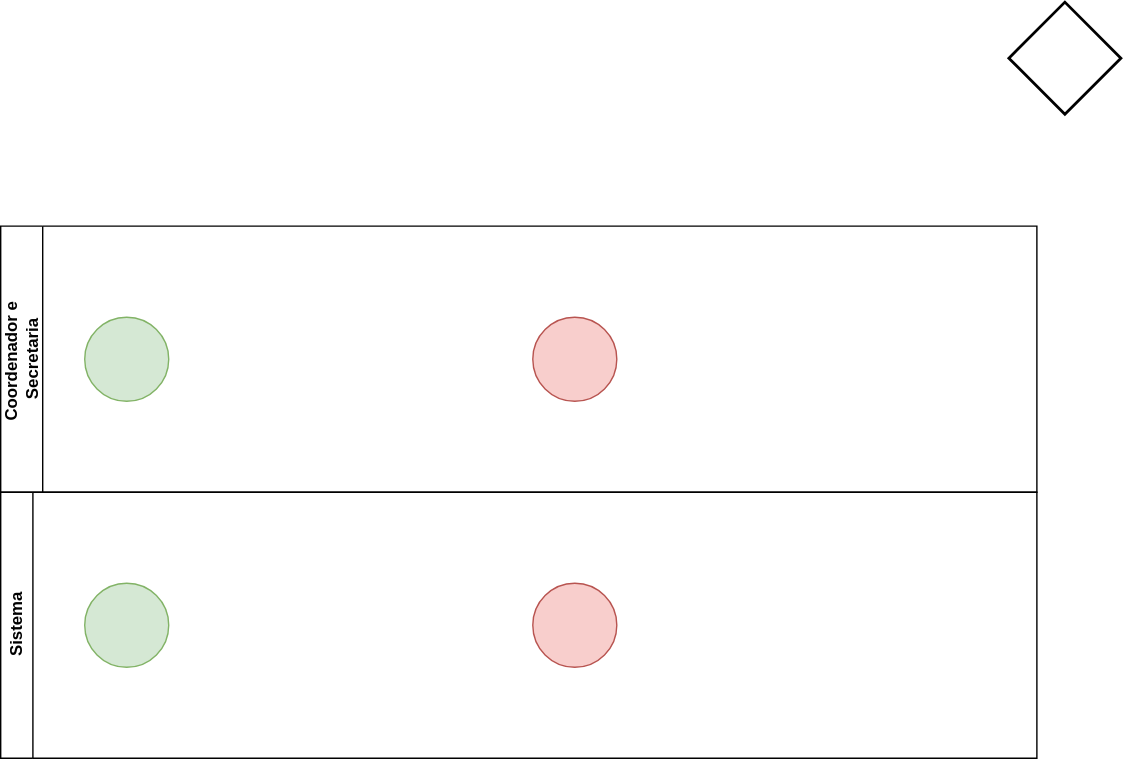
This is ToBeStatus.drawio.svg from JesCat16/Automacao_IC_GestaoDeProjeto, a draw.io export, as it was before one commit. Source tidied: cells renumbered, new cells last; positions are measured from the earlier drawing's top-left corner, leaving out a move shared by most shapes.
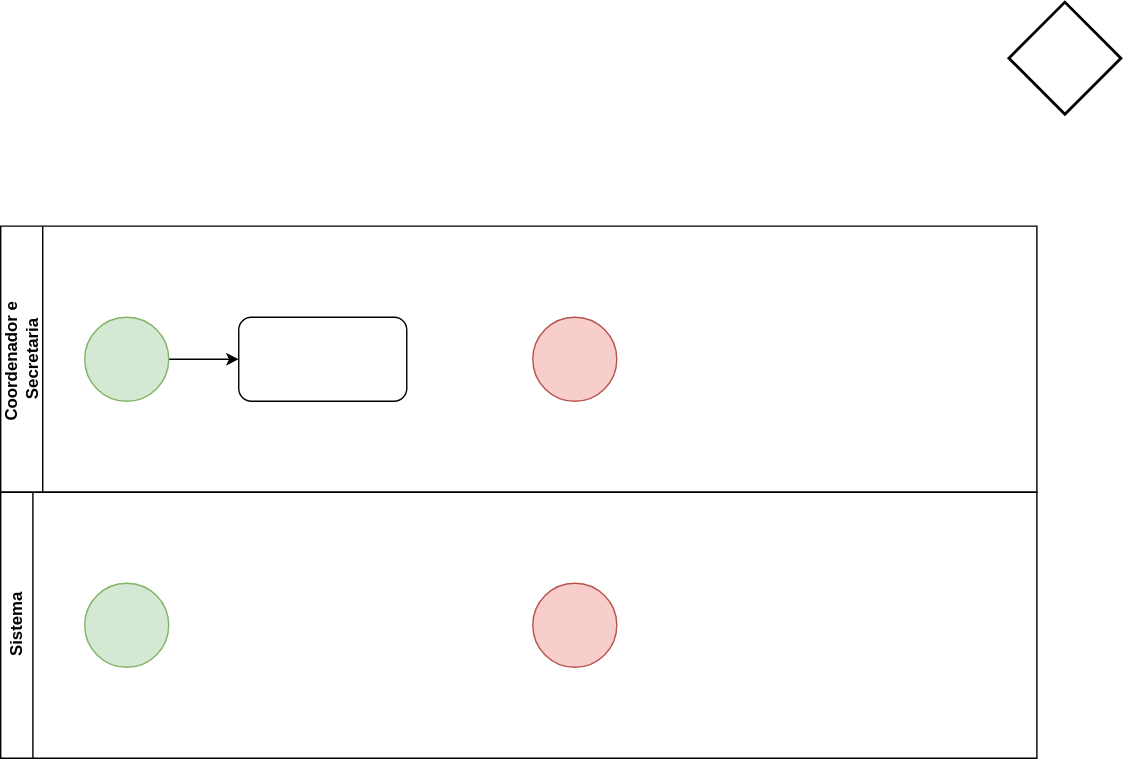
After the change.

What changed in the source:
```diff
@@ -5,12 +5,18 @@
     <mxCell id="2" value="Coordenador e&amp;nbsp;&lt;div&gt;Secretaria&lt;/div&gt;" style="swimlane;horizontal=0;whiteSpace=wrap;html=1;startSize=30;" parent="1" vertex="1">
       <mxGeometry y="160" width="740" height="190" as="geometry" />
     </mxCell>
+    <mxCell id="9" style="edgeStyle=orthogonalEdgeStyle;rounded=0;jettySize=auto;html=1;" parent="2" edge="1" source="3" target="10">
+      <mxGeometry relative="1" as="geometry" />
+    </mxCell>
     <mxCell id="3" style="ellipse;whiteSpace=wrap;html=1;fillColor=#d5e8d4;strokeColor=#82b366;" parent="2" vertex="1">
       <mxGeometry x="60" y="65" width="60" height="60" as="geometry" />
     </mxCell>
     <mxCell id="4" style="ellipse;whiteSpace=wrap;html=1;fillColor=#f8cecc;strokeColor=#b85450;" parent="2" vertex="1">
       <mxGeometry x="380" y="65" width="60" height="60" as="geometry" />
     </mxCell>
+    <mxCell id="10" style="rounded=1;whiteSpace=wrap;html=1;" parent="2" vertex="1">
+      <mxGeometry x="170" y="65" width="120" height="60" as="geometry" />
+    </mxCell>
     <mxCell id="5" value="Sistema" style="swimlane;horizontal=0;whiteSpace=wrap;html=1;" parent="1" vertex="1">
       <mxGeometry y="350" width="740" height="190" as="geometry" />
     </mxCell>
```
